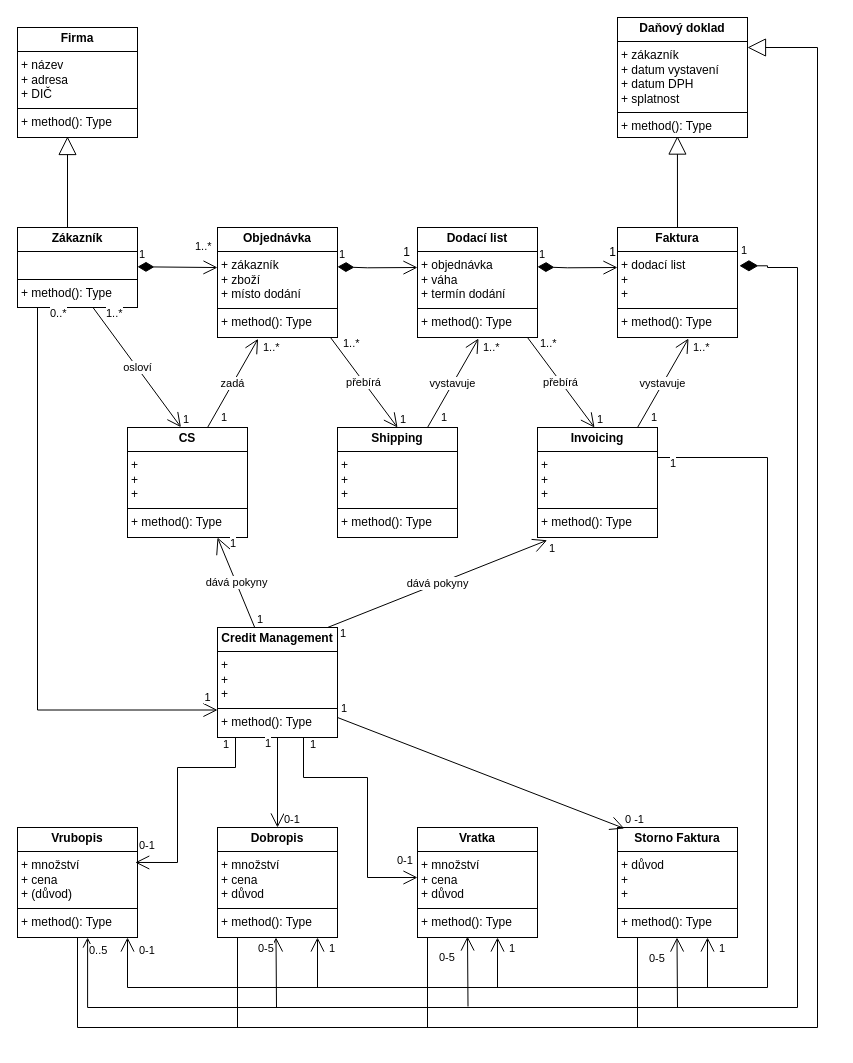
Earlier version of the draw.io diagram tok dokladu oprava (9).drawio (xmardol40/pg). Source tidied: cells renumbered, new cells numbered last; positions are measured from the earlier drawing's top-left corner, leaving out a move shared by most shapes. Both pictures are drawn from the tidied source at 100%, with x=0, y=0 at pixel (17, 17).
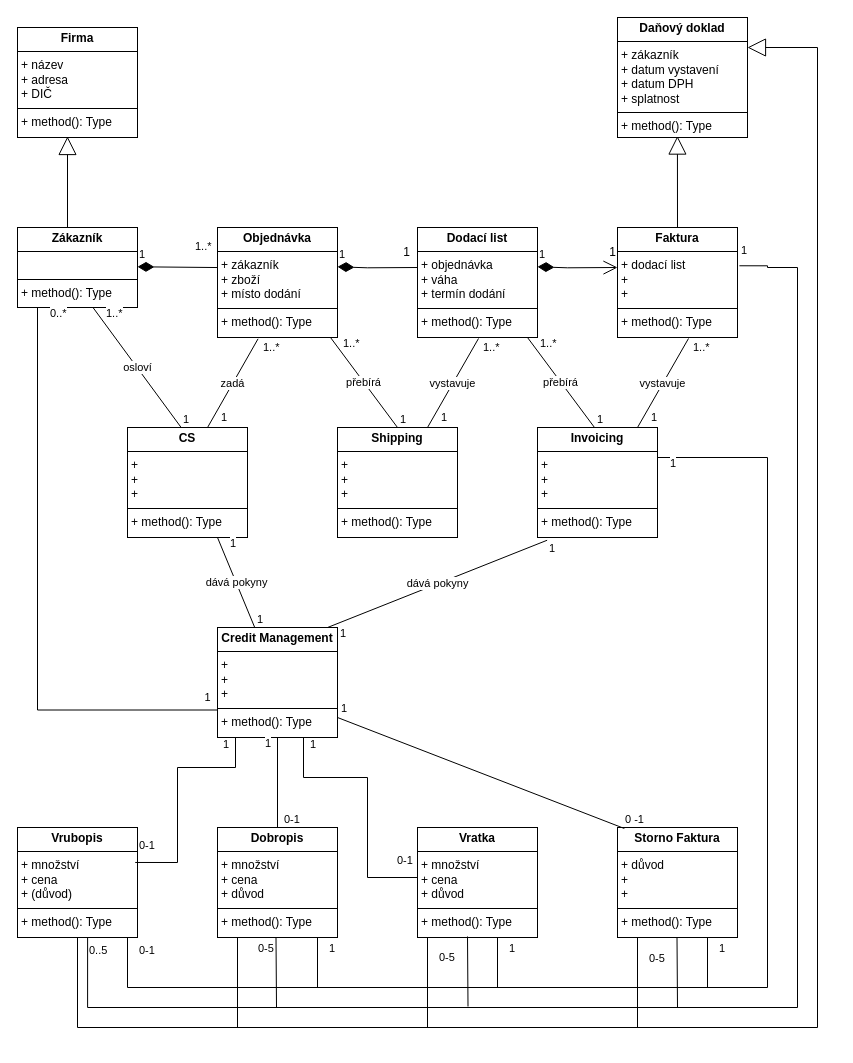
The same page after the edit.

The change refers to these unchanged cells:
```xml
<mxCell id="4" value="&lt;p style=&quot;margin:0px;margin-top:4px;text-align:center;&quot;&gt;&lt;b&gt;Zákazník&lt;/b&gt;&lt;/p&gt;&lt;hr size=&quot;1&quot; style=&quot;border-style:solid;&quot;&gt;&lt;p style=&quot;margin:0px;margin-left:4px;&quot;&gt;&lt;br&gt;&lt;/p&gt;&lt;hr size=&quot;1&quot; style=&quot;border-style:solid;&quot;&gt;&lt;p style=&quot;margin:0px;margin-left:4px;&quot;&gt;+ method(): Type&lt;/p&gt;" style="verticalAlign=top;align=left;overflow=fill;html=1;whiteSpace=wrap;" parent="1" vertex="1">
  <mxGeometry y="210" width="120" height="80" as="geometry" />
</mxCell>
<mxCell id="5" value="&lt;p style=&quot;margin:0px;margin-top:4px;text-align:center;&quot;&gt;&lt;b&gt;Objednávka&lt;/b&gt;&lt;/p&gt;&lt;hr size=&quot;1&quot; style=&quot;border-style:solid;&quot;&gt;&lt;p style=&quot;margin:0px;margin-left:4px;&quot;&gt;+ zákazník&lt;/p&gt;&lt;p style=&quot;margin:0px;margin-left:4px;&quot;&gt;+ zboží&lt;/p&gt;&lt;p style=&quot;margin:0px;margin-left:4px;&quot;&gt;+ místo dodání&lt;/p&gt;&lt;hr size=&quot;1&quot; style=&quot;border-style:solid;&quot;&gt;&lt;p style=&quot;margin:0px;margin-left:4px;&quot;&gt;+ method(): Type&lt;/p&gt;" style="verticalAlign=top;align=left;overflow=fill;html=1;whiteSpace=wrap;" parent="1" vertex="1">
  <mxGeometry x="200" y="210" width="120" height="110" as="geometry" />
</mxCell>
<mxCell id="7" value="&lt;p style=&quot;margin:0px;margin-top:4px;text-align:center;&quot;&gt;&lt;b&gt;Faktura&lt;/b&gt;&lt;/p&gt;&lt;hr size=&quot;1&quot; style=&quot;border-style:solid;&quot;&gt;&lt;p style=&quot;margin:0px;margin-left:4px;&quot;&gt;+ dodací list&lt;/p&gt;&lt;p style=&quot;margin:0px;margin-left:4px;&quot;&gt;+&amp;nbsp;&lt;/p&gt;&lt;p style=&quot;margin:0px;margin-left:4px;&quot;&gt;+&amp;nbsp;&lt;/p&gt;&lt;hr size=&quot;1&quot; style=&quot;border-style:solid;&quot;&gt;&lt;p style=&quot;margin:0px;margin-left:4px;&quot;&gt;+ method(): Type&lt;/p&gt;" style="verticalAlign=top;align=left;overflow=fill;html=1;whiteSpace=wrap;" parent="1" vertex="1">
  <mxGeometry x="600" y="210" width="120" height="110" as="geometry" />
</mxCell>
<mxCell id="8" value="&lt;p style=&quot;margin:0px;margin-top:4px;text-align:center;&quot;&gt;&lt;b&gt;CS&lt;/b&gt;&lt;/p&gt;&lt;hr size=&quot;1&quot; style=&quot;border-style:solid;&quot;&gt;&lt;p style=&quot;margin:0px;margin-left:4px;&quot;&gt;+&amp;nbsp;&lt;/p&gt;&lt;p style=&quot;margin:0px;margin-left:4px;&quot;&gt;+&amp;nbsp;&lt;/p&gt;&lt;p style=&quot;margin:0px;margin-left:4px;&quot;&gt;+&amp;nbsp;&lt;/p&gt;&lt;hr size=&quot;1&quot; style=&quot;border-style:solid;&quot;&gt;&lt;p style=&quot;margin:0px;margin-left:4px;&quot;&gt;+ method(): Type&lt;/p&gt;" style="verticalAlign=top;align=left;overflow=fill;html=1;whiteSpace=wrap;" parent="1" vertex="1">
  <mxGeometry x="110" y="410" width="120" height="110" as="geometry" />
</mxCell>
<mxCell id="10" value="&lt;p style=&quot;margin:0px;margin-top:4px;text-align:center;&quot;&gt;&lt;b&gt;Invoicing&lt;/b&gt;&lt;/p&gt;&lt;hr size=&quot;1&quot; style=&quot;border-style:solid;&quot;&gt;&lt;p style=&quot;margin:0px;margin-left:4px;&quot;&gt;+&amp;nbsp;&lt;/p&gt;&lt;p style=&quot;margin:0px;margin-left:4px;&quot;&gt;+&amp;nbsp;&lt;/p&gt;&lt;p style=&quot;margin:0px;margin-left:4px;&quot;&gt;+&amp;nbsp;&lt;/p&gt;&lt;hr size=&quot;1&quot; style=&quot;border-style:solid;&quot;&gt;&lt;p style=&quot;margin:0px;margin-left:4px;&quot;&gt;+ method(): Type&lt;/p&gt;" style="verticalAlign=top;align=left;overflow=fill;html=1;whiteSpace=wrap;" parent="1" vertex="1">
  <mxGeometry x="520" y="410" width="120" height="110" as="geometry" />
</mxCell>
<mxCell id="11" value="&lt;p style=&quot;margin:0px;margin-top:4px;text-align:center;&quot;&gt;&lt;b&gt;Credit Management&lt;/b&gt;&lt;/p&gt;&lt;hr size=&quot;1&quot; style=&quot;border-style:solid;&quot;&gt;&lt;p style=&quot;margin:0px;margin-left:4px;&quot;&gt;+&amp;nbsp;&lt;/p&gt;&lt;p style=&quot;margin:0px;margin-left:4px;&quot;&gt;+&amp;nbsp;&lt;/p&gt;&lt;p style=&quot;margin:0px;margin-left:4px;&quot;&gt;+&amp;nbsp;&lt;/p&gt;&lt;hr size=&quot;1&quot; style=&quot;border-style:solid;&quot;&gt;&lt;p style=&quot;margin:0px;margin-left:4px;&quot;&gt;+ method(): Type&lt;/p&gt;" style="verticalAlign=top;align=left;overflow=fill;html=1;whiteSpace=wrap;" parent="1" vertex="1">
  <mxGeometry x="200" y="610" width="120" height="110" as="geometry" />
</mxCell>
<mxCell id="12" value="&lt;p style=&quot;margin:0px;margin-top:4px;text-align:center;&quot;&gt;&lt;b&gt;Storno Faktura&lt;/b&gt;&lt;/p&gt;&lt;hr size=&quot;1&quot; style=&quot;border-style:solid;&quot;&gt;&lt;p style=&quot;margin:0px;margin-left:4px;&quot;&gt;+ důvod&lt;/p&gt;&lt;p style=&quot;margin:0px;margin-left:4px;&quot;&gt;+&amp;nbsp;&lt;/p&gt;&lt;p style=&quot;margin:0px;margin-left:4px;&quot;&gt;+&lt;/p&gt;&lt;hr size=&quot;1&quot; style=&quot;border-style:solid;&quot;&gt;&lt;p style=&quot;margin:0px;margin-left:4px;&quot;&gt;+ method(): Type&lt;/p&gt;" style="verticalAlign=top;align=left;overflow=fill;html=1;whiteSpace=wrap;" parent="1" vertex="1">
  <mxGeometry x="600" y="810" width="120" height="110" as="geometry" />
</mxCell>
<mxCell id="15" value="&lt;p style=&quot;margin:0px;margin-top:4px;text-align:center;&quot;&gt;&lt;b&gt;Vrubopis&lt;/b&gt;&lt;/p&gt;&lt;hr size=&quot;1&quot; style=&quot;border-style:solid;&quot;&gt;&lt;p style=&quot;margin:0px;margin-left:4px;&quot;&gt;+ množství&lt;/p&gt;&lt;p style=&quot;margin:0px;margin-left:4px;&quot;&gt;+ cena&lt;/p&gt;&lt;p style=&quot;margin:0px;margin-left:4px;&quot;&gt;+ (důvod)&lt;/p&gt;&lt;hr size=&quot;1&quot; style=&quot;border-style:solid;&quot;&gt;&lt;p style=&quot;margin:0px;margin-left:4px;&quot;&gt;+ method(): Type&lt;/p&gt;" style="verticalAlign=top;align=left;overflow=fill;html=1;whiteSpace=wrap;" parent="1" vertex="1">
  <mxGeometry y="810" width="120" height="110" as="geometry" />
</mxCell>
```

The edit, as a diff of the source:
```diff
@@
-    <mxCell id="16" value="1" style="endArrow=open;html=1;endSize=12;startArrow=diamondThin;startSize=14;startFill=1;align=left;verticalAlign=bottom;rounded=0;entryX=0;entryY=0.364;entryDx=0;entryDy=0;entryPerimeter=0;" parent="1" edge="1" target="5">
+    <mxCell id="16" value="1" style="endArrow=none;html=1;endSize=12;startArrow=diamondThin;startSize=14;startFill=1;align=left;verticalAlign=bottom;rounded=0;entryX=0;entryY=0.364;entryDx=0;entryDy=0;entryPerimeter=0;endFill=0;" parent="1" edge="1" target="5">
       <mxGeometry x="-1" y="3" relative="1" as="geometry">
         <mxPoint x="120" y="249.3" as="sourcePoint" />
       </mxGeometry>
     </mxCell>
-    <mxCell id="17" value="1" style="endArrow=open;html=1;endSize=12;startArrow=diamondThin;startSize=14;startFill=1;align=left;verticalAlign=bottom;rounded=0;entryX=0;entryY=0.364;entryDx=0;entryDy=0;entryPerimeter=0;" parent="1" edge="1">
+    <mxCell id="17" value="1" style="endArrow=none;html=1;endSize=12;startArrow=diamondThin;startSize=14;startFill=1;align=left;verticalAlign=bottom;rounded=0;entryX=0;entryY=0.364;entryDx=0;entryDy=0;entryPerimeter=0;endFill=0;" parent="1" edge="1">
       <mxGeometry x="-1" y="3" relative="1" as="geometry">
         <mxPoint x="320" y="249.3" as="sourcePoint" />
         <mxPoint x="400" y="250" as="targetPoint" />
         <Array as="points">
           <mxPoint x="350" y="250.3" />
         </Array>
       </mxGeometry>
     </mxCell>
@@
-    <mxCell id="19" value="osloví" style="endArrow=open;html=1;endSize=12;startArrow=none;startSize=14;startFill=0;rounded=0;exitX=0.631;exitY=1.004;exitDx=0;exitDy=0;exitPerimeter=0;entryX=0.445;entryY=-0.003;entryDx=0;entryDy=0;entryPerimeter=0;" parent="1" edge="1" source="4" target="8">
+    <mxCell id="19" value="osloví" style="endArrow=none;html=1;endSize=12;startArrow=none;startSize=14;startFill=0;rounded=0;exitX=0.631;exitY=1.004;exitDx=0;exitDy=0;exitPerimeter=0;entryX=0.445;entryY=-0.003;entryDx=0;entryDy=0;entryPerimeter=0;endFill=0;" parent="1" edge="1" source="4" target="8">
       <mxGeometry relative="1" as="geometry" />
     </mxCell>
@@
-    <mxCell id="22" value="zadá" style="endArrow=open;html=1;endSize=12;startArrow=none;startSize=14;startFill=0;rounded=0;exitX=0.667;exitY=0;exitDx=0;exitDy=0;exitPerimeter=0;entryX=0.338;entryY=1.012;entryDx=0;entryDy=0;entryPerimeter=0;" parent="1" edge="1" source="8" target="5">
+    <mxCell id="22" value="zadá" style="endArrow=none;html=1;endSize=12;startArrow=none;startSize=14;startFill=0;rounded=0;exitX=0.667;exitY=0;exitDx=0;exitDy=0;exitPerimeter=0;entryX=0.338;entryY=1.012;entryDx=0;entryDy=0;entryPerimeter=0;endFill=0;" parent="1" edge="1" source="8" target="5">
       <mxGeometry relative="1" as="geometry" />
     </mxCell>
@@
-    <mxCell id="25" value="vystavuje" style="endArrow=open;html=1;endSize=12;startArrow=none;startSize=14;startFill=0;rounded=0;exitX=0.667;exitY=0;exitDx=0;exitDy=0;exitPerimeter=0;entryX=0.338;entryY=1.012;entryDx=0;entryDy=0;entryPerimeter=0;" parent="1" edge="1">
+    <mxCell id="25" value="vystavuje" style="endArrow=none;html=1;endSize=12;startArrow=none;startSize=14;startFill=0;rounded=0;exitX=0.667;exitY=0;exitDx=0;exitDy=0;exitPerimeter=0;entryX=0.338;entryY=1.012;entryDx=0;entryDy=0;entryPerimeter=0;endFill=0;" parent="1" edge="1">
       <mxGeometry relative="1" as="geometry">
         <mxPoint x="410" y="410" as="sourcePoint" />
         <mxPoint x="461" y="321" as="targetPoint" />
       </mxGeometry>
     </mxCell>
@@
-    <mxCell id="28" value="přebírá" style="endArrow=open;html=1;endSize=12;startArrow=none;startSize=14;startFill=0;rounded=0;exitX=0.631;exitY=1.004;exitDx=0;exitDy=0;exitPerimeter=0;" parent="1" edge="1">
+    <mxCell id="28" value="přebírá" style="endArrow=none;html=1;endSize=12;startArrow=none;startSize=14;startFill=0;rounded=0;exitX=0.631;exitY=1.004;exitDx=0;exitDy=0;exitPerimeter=0;endFill=0;" parent="1" edge="1">
       <mxGeometry relative="1" as="geometry">
         <mxPoint x="313" y="320" as="sourcePoint" />
         <mxPoint x="380" y="410" as="targetPoint" />
       </mxGeometry>
     </mxCell>
@@
-    <mxCell id="31" value="vystavuje" style="endArrow=open;html=1;endSize=12;startArrow=none;startSize=14;startFill=0;rounded=0;exitX=0.667;exitY=0;exitDx=0;exitDy=0;exitPerimeter=0;entryX=0.338;entryY=1.012;entryDx=0;entryDy=0;entryPerimeter=0;" parent="1" edge="1">
+    <mxCell id="31" value="vystavuje" style="endArrow=none;html=1;endSize=12;startArrow=none;startSize=14;startFill=0;rounded=0;exitX=0.667;exitY=0;exitDx=0;exitDy=0;exitPerimeter=0;entryX=0.338;entryY=1.012;entryDx=0;entryDy=0;entryPerimeter=0;endFill=0;" parent="1" edge="1">
       <mxGeometry relative="1" as="geometry">
         <mxPoint x="620" y="410" as="sourcePoint" />
         <mxPoint x="671" y="321" as="targetPoint" />
       </mxGeometry>
     </mxCell>
@@
-    <mxCell id="34" value="přebírá" style="endArrow=open;html=1;endSize=12;startArrow=none;startSize=14;startFill=0;rounded=0;exitX=0.631;exitY=1.004;exitDx=0;exitDy=0;exitPerimeter=0;" parent="1" edge="1">
+    <mxCell id="34" value="přebírá" style="endArrow=none;html=1;endSize=12;startArrow=none;startSize=14;startFill=0;rounded=0;exitX=0.631;exitY=1.004;exitDx=0;exitDy=0;exitPerimeter=0;endFill=0;" parent="1" edge="1">
       <mxGeometry relative="1" as="geometry">
         <mxPoint x="510" y="320" as="sourcePoint" />
         <mxPoint x="577" y="410" as="targetPoint" />
       </mxGeometry>
     </mxCell>
@@
-    <mxCell id="38" style="endArrow=open;html=1;endSize=12;startArrow=none;startSize=14;startFill=0;rounded=0;edgeStyle=orthogonalEdgeStyle;entryX=0;entryY=0.75;entryDx=0;entryDy=0;" parent="1" edge="1" target="11">
+    <mxCell id="38" style="endArrow=none;html=1;endSize=12;startArrow=none;startSize=14;startFill=0;rounded=0;edgeStyle=orthogonalEdgeStyle;entryX=0;entryY=0.75;entryDx=0;entryDy=0;endFill=0;" parent="1" edge="1" target="11">
       <mxGeometry relative="1" as="geometry">
         <mxPoint x="20" y="290" as="sourcePoint" />
         <Array as="points">
           <mxPoint x="20" y="693" />
         </Array>
       </mxGeometry>
     </mxCell>
@@
-    <mxCell id="41" style="endArrow=open;html=1;endSize=12;startArrow=none;startSize=14;startFill=0;rounded=0;exitX=0.631;exitY=1.004;exitDx=0;exitDy=0;exitPerimeter=0;edgeStyle=orthogonalEdgeStyle;" parent="1" edge="1">
+    <mxCell id="41" style="endArrow=none;html=1;endSize=12;startArrow=none;startSize=14;startFill=0;rounded=0;exitX=0.631;exitY=1.004;exitDx=0;exitDy=0;exitPerimeter=0;edgeStyle=orthogonalEdgeStyle;endFill=0;" parent="1" edge="1">
       <mxGeometry relative="1" as="geometry">
         <mxPoint x="286" y="720" as="sourcePoint" />
         <mxPoint x="400" y="860" as="targetPoint" />
         <Array as="points">
           <mxPoint x="286" y="760" />
           <mxPoint x="350" y="760" />
           <mxPoint x="350" y="860" />
         </Array>
       </mxGeometry>
     </mxCell>
@@
-    <mxCell id="44" style="endArrow=open;html=1;endSize=12;startArrow=none;startSize=14;startFill=0;rounded=0;exitX=0.631;exitY=1.004;exitDx=0;exitDy=0;exitPerimeter=0;entryX=0.057;entryY=0.009;entryDx=0;entryDy=0;entryPerimeter=0;" parent="1" edge="1" target="12">
+    <mxCell id="44" style="endArrow=none;html=1;endSize=12;startArrow=none;startSize=14;startFill=0;rounded=0;exitX=0.631;exitY=1.004;exitDx=0;exitDy=0;exitPerimeter=0;entryX=0.057;entryY=0.009;entryDx=0;entryDy=0;entryPerimeter=0;endFill=0;" parent="1" edge="1" target="12">
       <mxGeometry relative="1" as="geometry">
         <mxPoint x="320" y="700" as="sourcePoint" />
       </mxGeometry>
     </mxCell>
@@
-    <mxCell id="47" style="endArrow=open;html=1;endSize=12;startArrow=none;startSize=14;startFill=0;rounded=0;exitX=0.631;exitY=1.004;exitDx=0;exitDy=0;exitPerimeter=0;" parent="1" edge="1">
+    <mxCell id="47" style="endArrow=none;html=1;endSize=12;startArrow=none;startSize=14;startFill=0;rounded=0;exitX=0.631;exitY=1.004;exitDx=0;exitDy=0;exitPerimeter=0;endFill=0;" parent="1" edge="1">
       <mxGeometry relative="1" as="geometry">
         <mxPoint x="260" y="720" as="sourcePoint" />
         <mxPoint x="260" y="810" as="targetPoint" />
       </mxGeometry>
     </mxCell>
@@
-    <mxCell id="50" style="endArrow=open;html=1;endSize=12;startArrow=none;startSize=14;startFill=0;rounded=0;exitX=0.631;exitY=1.004;exitDx=0;exitDy=0;exitPerimeter=0;edgeStyle=orthogonalEdgeStyle;entryX=0.981;entryY=0.318;entryDx=0;entryDy=0;entryPerimeter=0;" parent="1" edge="1" target="15">
+    <mxCell id="50" style="endArrow=none;html=1;endSize=12;startArrow=none;startSize=14;startFill=0;rounded=0;exitX=0.631;exitY=1.004;exitDx=0;exitDy=0;exitPerimeter=0;edgeStyle=orthogonalEdgeStyle;entryX=0.981;entryY=0.318;entryDx=0;entryDy=0;entryPerimeter=0;endFill=0;" parent="1" edge="1" target="15">
       <mxGeometry relative="1" as="geometry">
         <mxPoint x="218" y="720" as="sourcePoint" />
         <Array as="points">
           <mxPoint x="218" y="750" />
           <mxPoint x="160" y="750" />
           <mxPoint x="160" y="845" />
         </Array>
       </mxGeometry>
     </mxCell>
@@
-    <mxCell id="53" value="dává pokyny" style="endArrow=none;html=1;endSize=12;startArrow=open;startSize=14;startFill=0;rounded=0;exitX=0.631;exitY=1.004;exitDx=0;exitDy=0;exitPerimeter=0;endFill=0;" parent="1" edge="1" target="11">
+    <mxCell id="53" value="dává pokyny" style="endArrow=none;html=1;endSize=12;startArrow=none;startSize=14;startFill=0;rounded=0;exitX=0.631;exitY=1.004;exitDx=0;exitDy=0;exitPerimeter=0;endFill=0;" parent="1" edge="1" target="11">
       <mxGeometry relative="1" as="geometry">
         <mxPoint x="200" y="520" as="sourcePoint" />
       </mxGeometry>
     </mxCell>
@@
-    <mxCell id="56" value="dává pokyny" style="endArrow=open;html=1;endSize=12;startArrow=none;startSize=14;startFill=0;rounded=0;exitX=0.917;exitY=0;exitDx=0;exitDy=0;exitPerimeter=0;entryX=0.08;entryY=1.025;entryDx=0;entryDy=0;entryPerimeter=0;" parent="1" edge="1" source="11" target="10">
+    <mxCell id="56" value="dává pokyny" style="endArrow=none;html=1;endSize=12;startArrow=none;startSize=14;startFill=0;rounded=0;exitX=0.917;exitY=0;exitDx=0;exitDy=0;exitPerimeter=0;entryX=0.08;entryY=1.025;entryDx=0;entryDy=0;entryPerimeter=0;endFill=0;" parent="1" edge="1" source="11" target="10">
       <mxGeometry relative="1" as="geometry" />
     </mxCell>
@@
-    <mxCell id="60" style="endArrow=diamondThin;endSize=16;endFill=1;html=1;rounded=0;edgeStyle=orthogonalEdgeStyle;exitX=0.5;exitY=1;exitDx=0;exitDy=0;entryX=1.016;entryY=0.348;entryDx=0;entryDy=0;entryPerimeter=0;startArrow=open;startFill=0;startSize=8;" parent="1" edge="1" target="7">
+    <mxCell id="60" style="endArrow=none;endSize=16;endFill=0;html=1;rounded=0;edgeStyle=orthogonalEdgeStyle;exitX=0.5;exitY=1;exitDx=0;exitDy=0;entryX=1.016;entryY=0.348;entryDx=0;entryDy=0;entryPerimeter=0;startArrow=none;startFill=0;startSize=8;" parent="1" edge="1" target="7">
       <mxGeometry relative="1" as="geometry">
         <mxPoint x="70.1" y="920" as="sourcePoint" />
         <Array as="points">
           <mxPoint x="70" y="990" />
           <mxPoint x="780" y="990" />
           <mxPoint x="780" y="250" />
           <mxPoint x="750" y="250" />
           <mxPoint x="750" y="248" />
         </Array>
       </mxGeometry>
     </mxCell>
@@
-    <mxCell id="63" style="endArrow=open;html=1;endSize=12;startArrow=none;startSize=14;startFill=0;rounded=0;edgeStyle=orthogonalEdgeStyle;" parent="1" edge="1" target="15">
+    <mxCell id="63" style="endArrow=none;html=1;endSize=12;startArrow=none;startSize=14;startFill=0;rounded=0;edgeStyle=orthogonalEdgeStyle;endFill=0;" parent="1" edge="1" target="15">
       <mxGeometry relative="1" as="geometry">
         <mxPoint x="640" y="440" as="sourcePoint" />
         <Array as="points">
           <mxPoint x="750" y="440" />
           <mxPoint x="750" y="970" />
           <mxPoint x="110" y="970" />
         </Array>
       </mxGeometry>
     </mxCell>
@@
-    <mxCell id="66" value="1" style="endArrow=open;html=1;endSize=12;startArrow=none;startSize=14;startFill=0;align=left;verticalAlign=bottom;rounded=0;" parent="1" edge="1">
+    <mxCell id="66" value="1" style="endArrow=none;html=1;endSize=12;startArrow=none;startSize=14;startFill=0;align=left;verticalAlign=bottom;rounded=0;endFill=0;" parent="1" edge="1">
       <mxGeometry x="0.2" y="-10" relative="1" as="geometry">
         <mxPoint x="300" y="970" as="sourcePoint" />
         <mxPoint x="300" y="920" as="targetPoint" />
       </mxGeometry>
     </mxCell>
-    <mxCell id="67" value="1" style="endArrow=open;html=1;endSize=12;startArrow=none;startSize=14;startFill=0;align=left;verticalAlign=bottom;rounded=0;" parent="1" edge="1">
+    <mxCell id="67" value="1" style="endArrow=none;html=1;endSize=12;startArrow=none;startSize=14;startFill=0;align=left;verticalAlign=bottom;rounded=0;endFill=0;" parent="1" edge="1">
       <mxGeometry x="0.2" y="-10" relative="1" as="geometry">
         <mxPoint x="480" y="970" as="sourcePoint" />
         <mxPoint x="480" y="920" as="targetPoint" />
       </mxGeometry>
     </mxCell>
-    <mxCell id="68" value="1" style="endArrow=open;html=1;endSize=12;startArrow=none;startSize=14;startFill=0;align=left;verticalAlign=bottom;rounded=0;" parent="1" edge="1">
+    <mxCell id="68" value="1" style="endArrow=none;html=1;endSize=12;startArrow=none;startSize=14;startFill=0;align=left;verticalAlign=bottom;rounded=0;endFill=0;" parent="1" edge="1">
       <mxGeometry x="0.2" y="-10" relative="1" as="geometry">
         <mxPoint x="690" y="970" as="sourcePoint" />
         <mxPoint x="690" y="920" as="targetPoint" />
       </mxGeometry>
     </mxCell>
-    <mxCell id="69" value="0-5" style="endArrow=open;html=1;endSize=12;startArrow=none;startSize=14;startFill=0;align=left;verticalAlign=bottom;rounded=0;" parent="1" edge="1">
+    <mxCell id="69" value="0-5" style="endArrow=none;html=1;endSize=12;startArrow=none;startSize=14;startFill=0;align=left;verticalAlign=bottom;rounded=0;endFill=0;" parent="1" edge="1">
       <mxGeometry x="0.43" y="20" relative="1" as="geometry">
         <mxPoint x="259" y="990" as="sourcePoint" />
         <mxPoint x="258.5" y="920" as="targetPoint" />
       </mxGeometry>
     </mxCell>
-    <mxCell id="70" value="0-5" style="endArrow=open;html=1;endSize=12;startArrow=none;startSize=14;startFill=0;align=left;verticalAlign=bottom;rounded=0;" parent="1" edge="1">
+    <mxCell id="70" value="0-5" style="endArrow=none;html=1;endSize=12;startArrow=none;startSize=14;startFill=0;align=left;verticalAlign=bottom;rounded=0;endFill=0;" parent="1" edge="1">
       <mxGeometry x="0.15" y="30" relative="1" as="geometry">
         <mxPoint x="450.5" y="989" as="sourcePoint" />
         <mxPoint x="450" y="919" as="targetPoint" />
       </mxGeometry>
     </mxCell>
-    <mxCell id="71" value="0-5" style="endArrow=open;html=1;endSize=12;startArrow=none;startSize=14;startFill=0;align=left;verticalAlign=bottom;rounded=0;" parent="1" edge="1">
+    <mxCell id="71" value="0-5" style="endArrow=none;html=1;endSize=12;startArrow=none;startSize=14;startFill=0;align=left;verticalAlign=bottom;rounded=0;endFill=0;" parent="1" edge="1">
       <mxGeometry x="0.15" y="30" relative="1" as="geometry">
         <mxPoint x="660" y="990" as="sourcePoint" />
         <mxPoint x="659.5" y="920" as="targetPoint" />
       </mxGeometry>
     </mxCell>
```
